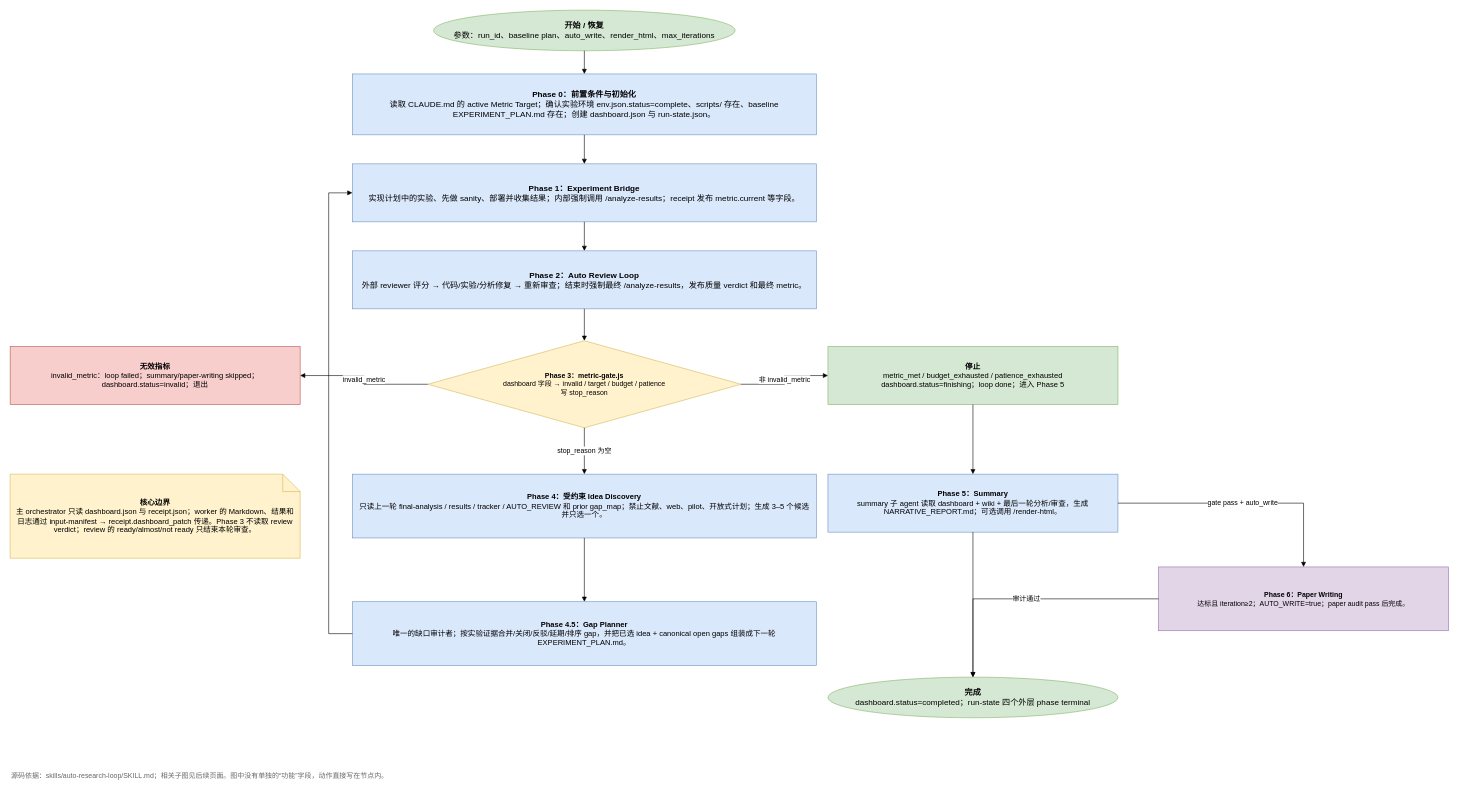
Above: page "00 总流程" (1 of 12) of packages/Auto-claude-code-research-in-sleep/docs/auto-research-loop-flow.drawio in justforyou16007/paseo (draw.io), before the change. Source tidied: cells renumbered, new cells numbered last; positions are measured from the earlier drawing's top-left corner, leaving out a move shared by most shapes. Both pictures are drawn from the tidied source at 58%, with x=0, y=0 at pixel (10, 10).
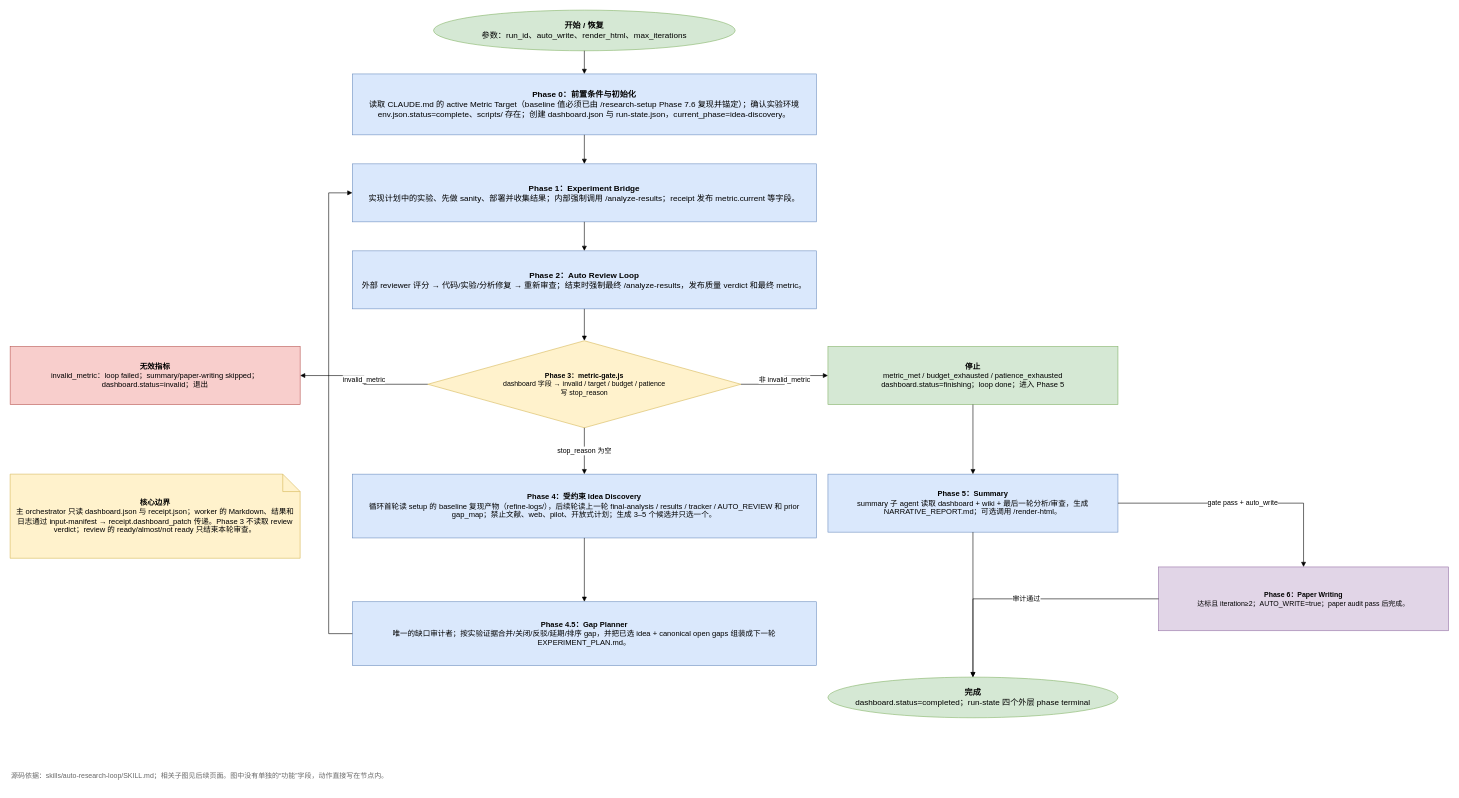
The same diagram, later.

Commit message (it also covers changes not shown here):
baseline 复现前置到 research-setup，auto-research-loop 转为纯改进循环

What changed in the source:
```diff
@@
-    <mxCell id="2" value="&lt;b&gt;开始 / 恢复&lt;/b&gt;&lt;br&gt;参数：run_id、baseline plan、auto_write、render_html、max_iterations" style="ellipse;whiteSpace=wrap;html=1;fillColor=#d5e8d4;strokeColor=#82b366;fontSize=14;" parent="1" vertex="1">
+    <mxCell id="2" value="&lt;b&gt;开始 / 恢复&lt;/b&gt;&lt;br&gt;参数：run_id、auto_write、render_html、max_iterations" style="ellipse;whiteSpace=wrap;html=1;fillColor=#d5e8d4;strokeColor=#82b366;fontSize=14;" parent="1" vertex="1">
       <mxGeometry x="730" width="520" height="70" as="geometry" />
     </mxCell>
-    <mxCell id="3" value="&lt;b&gt;Phase 0：前置条件与初始化&lt;/b&gt;&lt;br&gt;读取 CLAUDE.md 的 active Metric Target；确认实验环境 env.json.status=complete、scripts/ 存在、baseline EXPERIMENT_PLAN.md 存在；创建 dashboard.json 与 run-state.json。" style="rounded=0;whiteSpace=wrap;html=1;fillColor=#dae8fc;strokeColor=#6c8ebf;fontSize=14;spacing=8;" parent="1" vertex="1">
+    <mxCell id="3" value="&lt;b&gt;Phase 0：前置条件与初始化&lt;/b&gt;&lt;br&gt;读取 CLAUDE.md 的 active Metric Target（baseline 值必须已由 /research-setup Phase 7.6 复现并锚定）；确认实验环境 env.json.status=complete、scripts/ 存在；创建 dashboard.json 与 run-state.json，current_phase=idea-discovery。" style="rounded=0;whiteSpace=wrap;html=1;fillColor=#dae8fc;strokeColor=#6c8ebf;fontSize=14;spacing=8;" parent="1" vertex="1">
       <mxGeometry x="590" y="110" width="800" height="105" as="geometry" />
     </mxCell>
@@
-    <mxCell id="9" value="&lt;b&gt;Phase 4：受约束 Idea Discovery&lt;/b&gt;&lt;br&gt;只读上一轮 final-analysis / results / tracker / AUTO_REVIEW 和 prior gap_map；禁止文献、web、pilot、开放式计划；生成 3–5 个候选并只选一个。" style="rounded=0;whiteSpace=wrap;html=1;fillColor=#dae8fc;strokeColor=#6c8ebf;fontSize=13;spacing=8;" parent="1" vertex="1">
+    <mxCell id="9" value="&lt;b&gt;Phase 4：受约束 Idea Discovery&lt;/b&gt;&lt;br&gt;循环首轮读 setup 的 baseline 复现产物（refine-logs/），后续轮读上一轮 final-analysis / results / tracker / AUTO_REVIEW 和 prior gap_map；禁止文献、web、pilot、开放式计划；生成 3–5 个候选并只选一个。" style="rounded=0;whiteSpace=wrap;html=1;fillColor=#dae8fc;strokeColor=#6c8ebf;fontSize=13;spacing=8;" parent="1" vertex="1">
       <mxGeometry x="590" y="800" width="800" height="110" as="geometry" />
     </mxCell>
```
